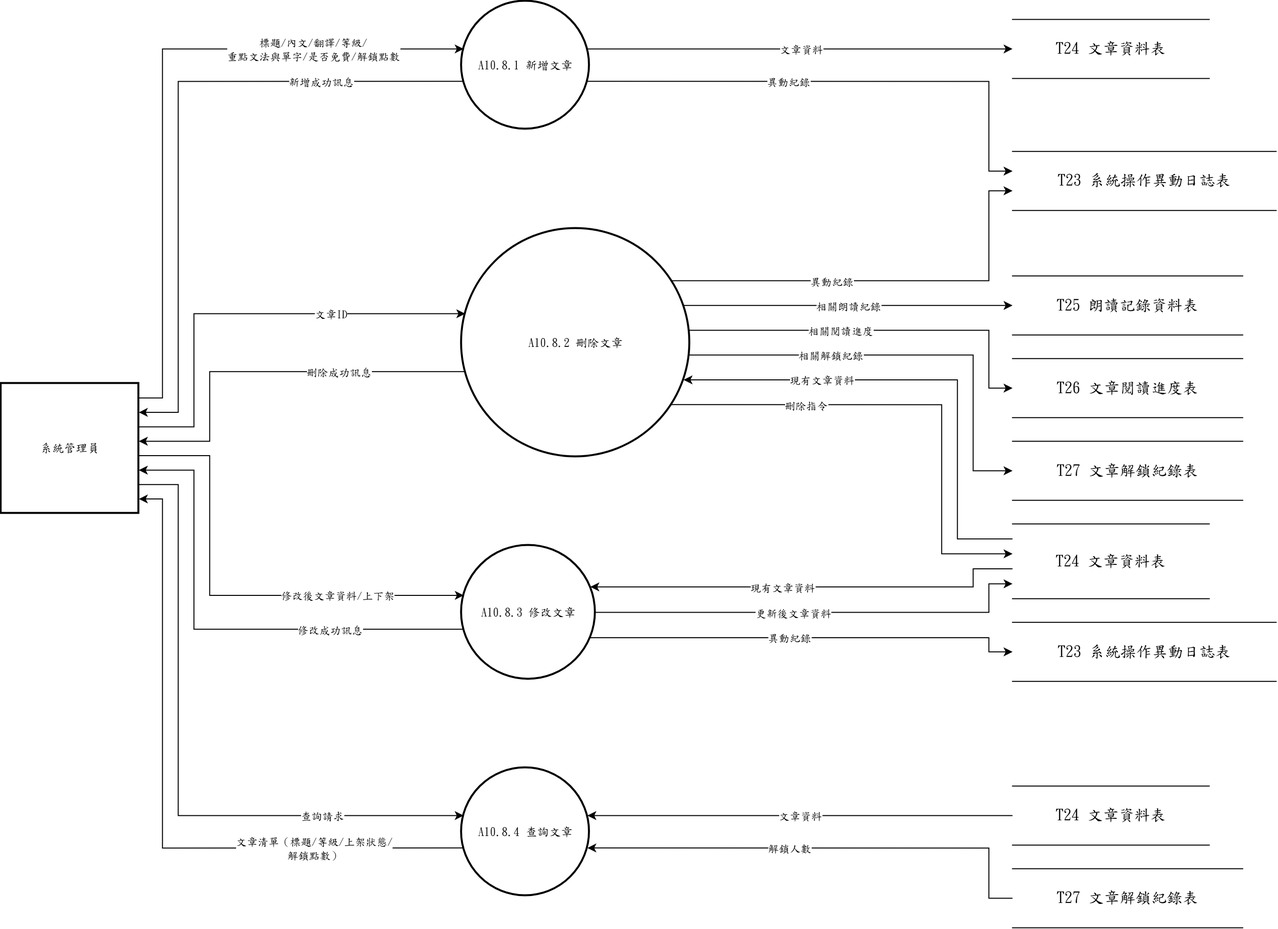
This is 系統文件/第6章/DFD圖/圖10/新/圖10.8.drawio.png from s22452007/115502, a draw.io export, as it was before one commit. Source tidied: cells renumbered, new cells last; positions are measured from the earlier drawing's top-left corner, leaving out a move shared by most shapes.
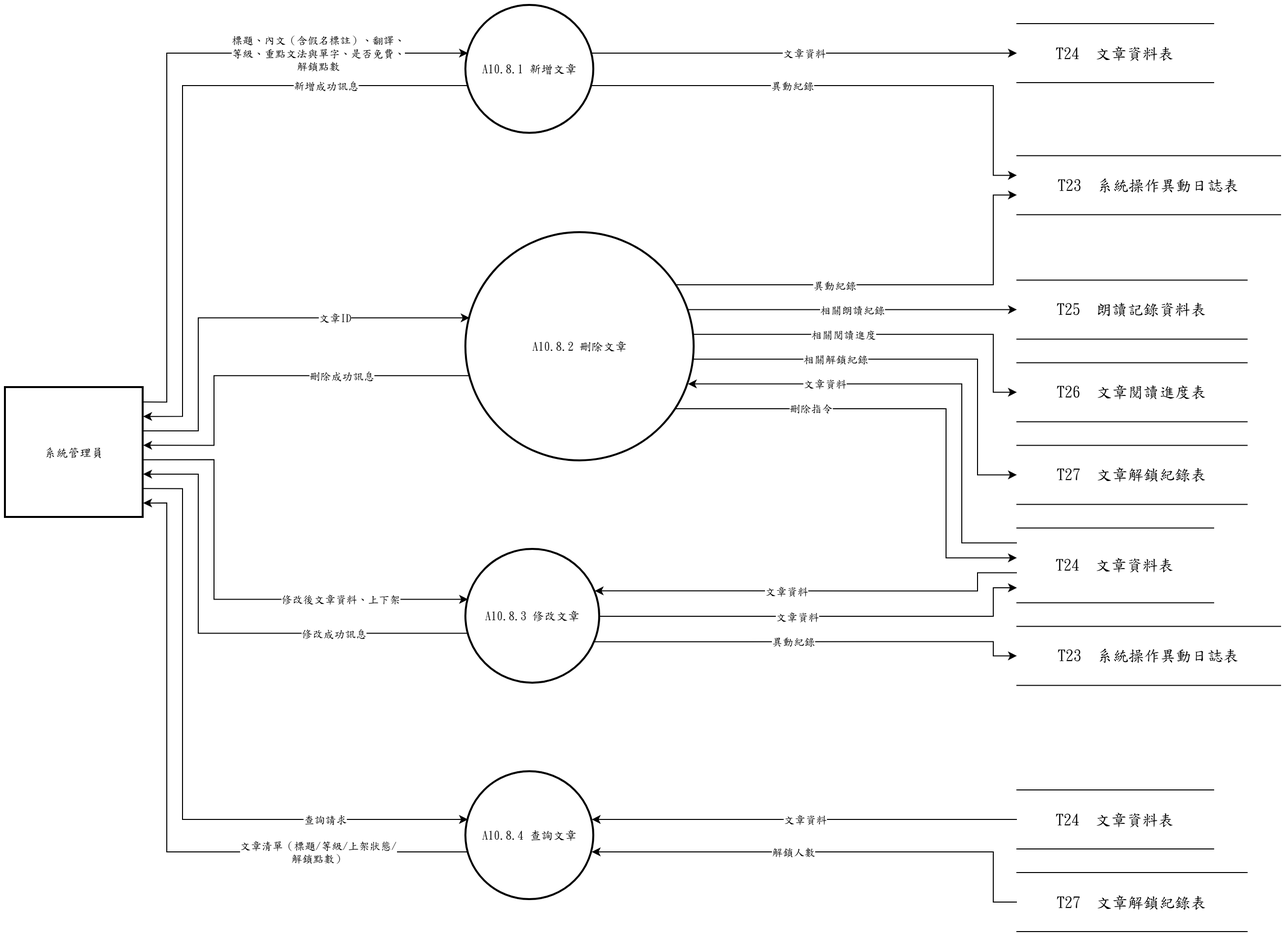
Above is the later version.

Diff of the diagram source:
```diff
@@ -17,31 +17,31 @@
     <mxCell id="6" value="系統管理員" style="whiteSpace=wrap;strokeWidth=2;html=1;fontFamily=標楷體;" parent="1" vertex="1">
       <mxGeometry y="388.5" width="140" height="132" as="geometry" />
     </mxCell>
-    <mxCell id="7" value="&lt;span lang=&quot;EN-US&quot; style=&quot;font-size: 12pt;&quot;&gt;T24&amp;nbsp;&lt;/span&gt;&lt;span style=&quot;font-size: 12pt;&quot;&gt;文章資料表&lt;/span&gt;" style="shape=partialRectangle;whiteSpace=wrap;html=1;left=0;right=0;fontFamily=標楷體;fontSize=16;" parent="1" vertex="1">
+    <mxCell id="7" value="T24  文章資料表" style="shape=partialRectangle;whiteSpace=wrap;html=1;left=0;right=0;fontFamily=標楷體;fontSize=16;" parent="1" vertex="1">
       <mxGeometry x="1028" y="18.5" width="200" height="60" as="geometry" />
     </mxCell>
-    <mxCell id="8" value="&lt;span lang=&quot;EN-US&quot; style=&quot;font-size: 12pt;&quot;&gt;T23&amp;nbsp;&lt;/span&gt;&lt;span style=&quot;font-size: 12pt;&quot;&gt;系統操作異動日誌表&lt;/span&gt;" style="shape=partialRectangle;whiteSpace=wrap;html=1;left=0;right=0;fontFamily=標楷體;fontSize=16;" parent="1" vertex="1">
+    <mxCell id="8" value="T23  系統操作異動日誌表" style="shape=partialRectangle;whiteSpace=wrap;html=1;left=0;right=0;fontFamily=標楷體;fontSize=16;" parent="1" vertex="1">
       <mxGeometry x="1028" y="152.7" width="268" height="60" as="geometry" />
     </mxCell>
-    <mxCell id="9" value="&lt;span lang=&quot;EN-US&quot; style=&quot;font-size: 12pt;&quot;&gt;T25&amp;nbsp;&lt;/span&gt;&lt;span style=&quot;font-size: 12pt;&quot;&gt;朗讀記錄資料表&lt;/span&gt;" style="shape=partialRectangle;whiteSpace=wrap;html=1;left=0;right=0;fontFamily=標楷體;fontSize=16;" parent="1" vertex="1">
+    <mxCell id="9" value="T25  朗讀記錄資料表" style="shape=partialRectangle;whiteSpace=wrap;html=1;left=0;right=0;fontFamily=標楷體;fontSize=16;" parent="1" vertex="1">
       <mxGeometry x="1028" y="279.2" width="234" height="60" as="geometry" />
     </mxCell>
-    <mxCell id="10" value="&lt;span lang=&quot;EN-US&quot; style=&quot;font-size: 12pt;&quot;&gt;T26&amp;nbsp;&lt;/span&gt;&lt;span style=&quot;font-size: 12pt;&quot;&gt;文章閱讀進度表&lt;/span&gt;" style="shape=partialRectangle;whiteSpace=wrap;html=1;left=0;right=0;fontFamily=標楷體;fontSize=16;" parent="1" vertex="1">
+    <mxCell id="10" value="T26  文章閱讀進度表" style="shape=partialRectangle;whiteSpace=wrap;html=1;left=0;right=0;fontFamily=標楷體;fontSize=16;" parent="1" vertex="1">
       <mxGeometry x="1028" y="363.2" width="234" height="60" as="geometry" />
     </mxCell>
-    <mxCell id="11" value="&lt;span lang=&quot;EN-US&quot; style=&quot;font-size: 12pt;&quot;&gt;T27&amp;nbsp;&lt;/span&gt;&lt;span style=&quot;font-size: 12pt;&quot;&gt;文章解鎖紀錄表&lt;/span&gt;" style="shape=partialRectangle;whiteSpace=wrap;html=1;left=0;right=0;fontFamily=標楷體;fontSize=16;" parent="1" vertex="1">
+    <mxCell id="11" value="T27  文章解鎖紀錄表" style="shape=partialRectangle;whiteSpace=wrap;html=1;left=0;right=0;fontFamily=標楷體;fontSize=16;" parent="1" vertex="1">
       <mxGeometry x="1028" y="447.2" width="234" height="60" as="geometry" />
     </mxCell>
-    <mxCell id="12" value="&lt;span lang=&quot;EN-US&quot; style=&quot;font-size: 12pt;&quot;&gt;T24&amp;nbsp;&lt;/span&gt;&lt;span style=&quot;font-size: 12pt;&quot;&gt;文章資料表&lt;/span&gt;" style="shape=partialRectangle;whiteSpace=wrap;html=1;left=0;right=0;fontFamily=標楷體;fontSize=16;" parent="1" vertex="1">
+    <mxCell id="12" value="T24  文章資料表" style="shape=partialRectangle;whiteSpace=wrap;html=1;left=0;right=0;fontFamily=標楷體;fontSize=16;" parent="1" vertex="1">
       <mxGeometry x="1028" y="531.2" width="200" height="76" as="geometry" />
     </mxCell>
-    <mxCell id="13" value="&lt;span lang=&quot;EN-US&quot; style=&quot;font-size: 12pt;&quot;&gt;T23&amp;nbsp;&lt;/span&gt;&lt;span style=&quot;font-size: 12pt;&quot;&gt;系統操作異動日誌表&lt;/span&gt;" style="shape=partialRectangle;whiteSpace=wrap;html=1;left=0;right=0;fontFamily=標楷體;fontSize=16;" parent="1" vertex="1">
+    <mxCell id="13" value="T23  系統操作異動日誌表" style="shape=partialRectangle;whiteSpace=wrap;html=1;left=0;right=0;fontFamily=標楷體;fontSize=16;" parent="1" vertex="1">
       <mxGeometry x="1028" y="631.2" width="268" height="60" as="geometry" />
     </mxCell>
-    <mxCell id="14" value="&lt;span lang=&quot;EN-US&quot; style=&quot;font-size: 12pt;&quot;&gt;T24&amp;nbsp;&lt;/span&gt;&lt;span style=&quot;font-size: 12pt;&quot;&gt;文章資料表&lt;/span&gt;" style="shape=partialRectangle;whiteSpace=wrap;html=1;left=0;right=0;fontFamily=標楷體;fontSize=16;" parent="1" vertex="1">
+    <mxCell id="14" value="T24  文章資料表" style="shape=partialRectangle;whiteSpace=wrap;html=1;left=0;right=0;fontFamily=標楷體;fontSize=16;" parent="1" vertex="1">
       <mxGeometry x="1028" y="797.5" width="200" height="60" as="geometry" />
     </mxCell>
-    <mxCell id="15" value="&lt;span lang=&quot;EN-US&quot; style=&quot;font-size: 12pt;&quot;&gt;T27&amp;nbsp;&lt;/span&gt;&lt;span style=&quot;font-size: 12pt;&quot;&gt;文章解鎖紀錄表&lt;/span&gt;" style="shape=partialRectangle;whiteSpace=wrap;html=1;left=0;right=0;fontFamily=標楷體;fontSize=16;" parent="1" vertex="1">
+    <mxCell id="15" value="T27  文章解鎖紀錄表" style="shape=partialRectangle;whiteSpace=wrap;html=1;left=0;right=0;fontFamily=標楷體;fontSize=16;" parent="1" vertex="1">
       <mxGeometry x="1028" y="881.5" width="234" height="60" as="geometry" />
     </mxCell>
     <mxCell id="16" style="edgeStyle=none;rounded=0;html=1;fontFamily=標楷體;endArrow=classic;exitX=1.0000;exitY=0.1111;exitDx=0;exitDy=0;exitPerimeter=0;entryX=0.0163;entryY=0.3733;entryDx=0;entryDy=0;entryPerimeter=0;" parent="1" edge="1" source="6" target="2">
@@ -52,7 +52,7 @@
         </Array>
       </mxGeometry>
     </mxCell>
-    <mxCell id="17" value="標題/內文/翻譯/等級/&lt;br&gt;重點文法與單字/是否免費/解鎖點數" style="edgeLabel;html=1;align=center;verticalAlign=middle;fontFamily=標楷體;" parent="16" vertex="1">
+    <mxCell id="17" value="標題、內文（含假名標註）、翻譯、&lt;br&gt;等級、重點文法與單字、是否免費、&lt;br&gt;解鎖點數" style="edgeLabel;html=1;align=center;verticalAlign=middle;fontFamily=標楷體;" parent="16" vertex="1">
       <mxGeometry x="0.55" relative="1" as="geometry" />
     </mxCell>
     <mxCell id="18" style="edgeStyle=none;rounded=0;html=1;fontFamily=標楷體;endArrow=classic;exitX=0.0163;exitY=0.6267;exitDx=0;exitDy=0;exitPerimeter=0;entryX=1.0000;entryY=0.2222;entryDx=0;entryDy=0;entryPerimeter=0;" parent="1" edge="1" source="2" target="6">
@@ -102,7 +102,7 @@
         </Array>
       </mxGeometry>
     </mxCell>
-    <mxCell id="27" value="現有文章資料" style="edgeLabel;html=1;align=center;verticalAlign=middle;fontFamily=標楷體;" parent="26" vertex="1">
+    <mxCell id="27" value="文章資料" style="edgeLabel;html=1;align=center;verticalAlign=middle;fontFamily=標楷體;" parent="26" vertex="1">
       <mxGeometry x="0.44" relative="1" as="geometry" />
     </mxCell>
     <mxCell id="28" style="edgeStyle=none;rounded=0;html=1;fontFamily=標楷體;endArrow=classic;exitX=0.0163;exitY=0.6267;exitDx=0;exitDy=0;exitPerimeter=0;entryX=1.0000;entryY=0.4444;entryDx=0;entryDy=0;entryPerimeter=0;" parent="1" edge="1" source="3" target="6">
@@ -116,55 +116,55 @@
     <mxCell id="29" value="刪除成功訊息" style="edgeLabel;html=1;align=center;verticalAlign=middle;fontFamily=標楷體;" parent="28" vertex="1">
       <mxGeometry x="-0.35" relative="1" as="geometry" />
     </mxCell>
-    <mxCell id="30" style="edgeStyle=none;rounded=0;html=1;fontFamily=標楷體;endArrow=classic;exitX=0.9199;exitY=0.7714;exitDx=0;exitDy=0;exitPerimeter=0;entryX=0.0000;entryY=0.4000;entryDx=0;entryDy=0;entryPerimeter=0;" parent="1" edge="1" source="3" target="12">
+    <mxCell id="30" style="edgeStyle=none;rounded=0;html=1;fontFamily=標楷體;endArrow=classic;exitX=0.9199;exitY=0.2286;exitDx=0;exitDy=0;exitPerimeter=0;entryX=0.0000;entryY=0.6667;entryDx=0;entryDy=0;entryPerimeter=0;" parent="1" edge="1" source="3" target="8">
       <mxGeometry relative="1" as="geometry">
         <Array as="points">
-          <mxPoint x="956" y="410" />
-          <mxPoint x="956" y="561.6" />
+          <mxPoint x="1004" y="284" />
+          <mxPoint x="1004" y="192.7" />
         </Array>
       </mxGeometry>
     </mxCell>
-    <mxCell id="31" value="刪除指令" style="edgeLabel;html=1;align=center;verticalAlign=middle;fontFamily=標楷體;" parent="30" vertex="1">
-      <mxGeometry x="-0.45" relative="1" as="geometry" />
+    <mxCell id="31" value="異動紀錄" style="edgeLabel;html=1;align=center;verticalAlign=middle;fontFamily=標楷體;" parent="30" vertex="1">
+      <mxGeometry x="-0.26" relative="1" as="geometry" />
     </mxCell>
-    <mxCell id="32" style="edgeStyle=none;rounded=0;html=1;fontFamily=標楷體;endArrow=classic;exitX=0.9727;exitY=0.3371;exitDx=0;exitDy=0;exitPerimeter=0;entryX=0.0000;entryY=0.5000;entryDx=0;entryDy=0;entryPerimeter=0;" parent="1" edge="1" source="3" target="9">
-      <mxGeometry relative="1" as="geometry" />
+    <mxCell id="32" style="edgeStyle=none;rounded=0;html=1;fontFamily=標楷體;endArrow=classic;exitX=0.9199;exitY=0.7714;exitDx=0;exitDy=0;exitPerimeter=0;entryX=0.0000;entryY=0.4000;entryDx=0;entryDy=0;entryPerimeter=0;" parent="1" edge="1" source="3" target="12">
+      <mxGeometry relative="1" as="geometry">
+        <Array as="points">
+          <mxPoint x="956" y="410" />
+          <mxPoint x="956" y="561.6" />
+        </Array>
+      </mxGeometry>
     </mxCell>
-    <mxCell id="33" value="相關朗讀紀錄" style="edgeLabel;html=1;align=center;verticalAlign=middle;fontFamily=標楷體;" parent="32" vertex="1">
-      <mxGeometry relative="1" as="geometry" />
+    <mxCell id="33" value="刪除指令" style="edgeLabel;html=1;align=center;verticalAlign=middle;fontFamily=標楷體;" parent="32" vertex="1">
+      <mxGeometry x="-0.45" relative="1" as="geometry" />
     </mxCell>
-    <mxCell id="34" style="edgeStyle=none;rounded=0;html=1;fontFamily=標楷體;endArrow=classic;exitX=0.9970;exitY=0.4457;exitDx=0;exitDy=0;exitPerimeter=0;entryX=0.0000;entryY=0.5000;entryDx=0;entryDy=0;entryPerimeter=0;" parent="1" edge="1" source="3" target="10">
-      <mxGeometry relative="1" as="geometry">
-        <Array as="points">
-          <mxPoint x="1004" y="334.4" />
-          <mxPoint x="1004" y="393.2" />
-        </Array>
-      </mxGeometry>
+    <mxCell id="34" style="edgeStyle=none;rounded=0;html=1;fontFamily=標楷體;endArrow=classic;exitX=0.9727;exitY=0.3371;exitDx=0;exitDy=0;exitPerimeter=0;entryX=0.0000;entryY=0.5000;entryDx=0;entryDy=0;entryPerimeter=0;" parent="1" edge="1" source="3" target="9">
+      <mxGeometry relative="1" as="geometry" />
     </mxCell>
-    <mxCell id="35" value="相關閱讀進度" style="edgeLabel;html=1;align=center;verticalAlign=middle;fontFamily=標楷體;" parent="34" vertex="1">
-      <mxGeometry x="-0.21" relative="1" as="geometry" />
+    <mxCell id="35" value="相關朗讀紀錄" style="edgeLabel;html=1;align=center;verticalAlign=middle;fontFamily=標楷體;" parent="34" vertex="1">
+      <mxGeometry relative="1" as="geometry" />
     </mxCell>
-    <mxCell id="36" style="edgeStyle=none;rounded=0;html=1;fontFamily=標楷體;endArrow=classic;exitX=0.9970;exitY=0.5543;exitDx=0;exitDy=0;exitPerimeter=0;entryX=0.0000;entryY=0.5000;entryDx=0;entryDy=0;entryPerimeter=0;" parent="1" edge="1" source="3" target="11">
+    <mxCell id="36" style="edgeStyle=none;rounded=0;html=1;fontFamily=標楷體;endArrow=classic;exitX=0.9970;exitY=0.4457;exitDx=0;exitDy=0;exitPerimeter=0;entryX=0.0000;entryY=0.5000;entryDx=0;entryDy=0;entryPerimeter=0;" parent="1" edge="1" source="3" target="10">
       <mxGeometry relative="1" as="geometry">
         <Array as="points">
-          <mxPoint x="988" y="359.6" />
-          <mxPoint x="988" y="477.2" />
+          <mxPoint x="1004" y="334.4" />
+          <mxPoint x="1004" y="393.2" />
         </Array>
       </mxGeometry>
     </mxCell>
-    <mxCell id="37" value="相關解鎖紀錄" style="edgeLabel;html=1;align=center;verticalAlign=middle;fontFamily=標楷體;" parent="36" vertex="1">
-      <mxGeometry x="-0.35" relative="1" as="geometry" />
+    <mxCell id="37" value="相關閱讀進度" style="edgeLabel;html=1;align=center;verticalAlign=middle;fontFamily=標楷體;" parent="36" vertex="1">
+      <mxGeometry x="-0.21" relative="1" as="geometry" />
     </mxCell>
-    <mxCell id="38" style="edgeStyle=none;rounded=0;html=1;fontFamily=標楷體;endArrow=classic;exitX=0.9199;exitY=0.2286;exitDx=0;exitDy=0;exitPerimeter=0;entryX=0.0000;entryY=0.6667;entryDx=0;entryDy=0;entryPerimeter=0;" parent="1" edge="1" source="3" target="8">
+    <mxCell id="38" style="edgeStyle=none;rounded=0;html=1;fontFamily=標楷體;endArrow=classic;exitX=0.9970;exitY=0.5543;exitDx=0;exitDy=0;exitPerimeter=0;entryX=0.0000;entryY=0.5000;entryDx=0;entryDy=0;entryPerimeter=0;" parent="1" edge="1" source="3" target="11">
       <mxGeometry relative="1" as="geometry">
         <Array as="points">
-          <mxPoint x="1004" y="284" />
-          <mxPoint x="1004" y="192.7" />
+          <mxPoint x="988" y="359.6" />
+          <mxPoint x="988" y="477.2" />
         </Array>
       </mxGeometry>
     </mxCell>
-    <mxCell id="39" value="異動紀錄" style="edgeLabel;html=1;align=center;verticalAlign=middle;fontFamily=標楷體;" parent="38" vertex="1">
-      <mxGeometry x="-0.26" relative="1" as="geometry" />
+    <mxCell id="39" value="相關解鎖紀錄" style="edgeLabel;html=1;align=center;verticalAlign=middle;fontFamily=標楷體;" parent="38" vertex="1">
+      <mxGeometry x="-0.35" relative="1" as="geometry" />
     </mxCell>
     <mxCell id="40" style="edgeStyle=none;rounded=0;html=1;fontFamily=標楷體;endArrow=classic;exitX=1.0000;exitY=0.5556;exitDx=0;exitDy=0;exitPerimeter=0;entryX=0.0163;entryY=0.3733;entryDx=0;entryDy=0;entryPerimeter=0;" parent="1" edge="1" source="6" target="4">
       <mxGeometry relative="1" as="geometry">
@@ -174,7 +174,7 @@
         </Array>
       </mxGeometry>
     </mxCell>
-    <mxCell id="41" value="修改後文章資料/上下架" style="edgeLabel;html=1;align=center;verticalAlign=middle;fontFamily=標楷體;" parent="40" vertex="1">
+    <mxCell id="41" value="修改後文章資料、上下架" style="edgeLabel;html=1;align=center;verticalAlign=middle;fontFamily=標楷體;" parent="40" vertex="1">
       <mxGeometry x="0.45" relative="1" as="geometry" />
     </mxCell>
     <mxCell id="42" style="edgeStyle=none;rounded=0;html=1;fontFamily=標楷體;endArrow=classic;exitX=0.0000;exitY=0.6000;exitDx=0;exitDy=0;exitPerimeter=0;entryX=0.9625;entryY=0.3100;entryDx=0;entryDy=0;entryPerimeter=0;" parent="1" edge="1" source="12" target="4">
@@ -185,7 +185,7 @@
         </Array>
       </mxGeometry>
     </mxCell>
-    <mxCell id="43" value="現有文章資料" style="edgeLabel;html=1;align=center;verticalAlign=middle;fontFamily=標楷體;" parent="42" vertex="1">
+    <mxCell id="43" value="文章資料" style="edgeLabel;html=1;align=center;verticalAlign=middle;fontFamily=標楷體;" parent="42" vertex="1">
       <mxGeometry x="0.13" relative="1" as="geometry" />
     </mxCell>
     <mxCell id="44" style="edgeStyle=none;rounded=0;html=1;fontFamily=標楷體;endArrow=classic;exitX=0.0163;exitY=0.6267;exitDx=0;exitDy=0;exitPerimeter=0;entryX=1.0000;entryY=0.6667;entryDx=0;entryDy=0;entryPerimeter=0;" parent="1" edge="1" source="4" target="6">
@@ -207,7 +207,7 @@
         </Array>
       </mxGeometry>
     </mxCell>
-    <mxCell id="47" value="更新後文章資料" style="edgeLabel;html=1;align=center;verticalAlign=middle;fontFamily=標楷體;" parent="46" vertex="1">
+    <mxCell id="47" value="文章資料" style="edgeLabel;html=1;align=center;verticalAlign=middle;fontFamily=標楷體;" parent="46" vertex="1">
       <mxGeometry x="-0.12" relative="1" as="geometry" />
     </mxCell>
     <mxCell id="48" style="edgeStyle=none;rounded=0;html=1;fontFamily=標楷體;endArrow=classic;exitX=0.9625;exitY=0.6900;exitDx=0;exitDy=0;exitPerimeter=0;entryX=0.0000;entryY=0.5000;entryDx=0;entryDy=0;entryPerimeter=0;" parent="1" edge="1" source="4" target="13">
```
